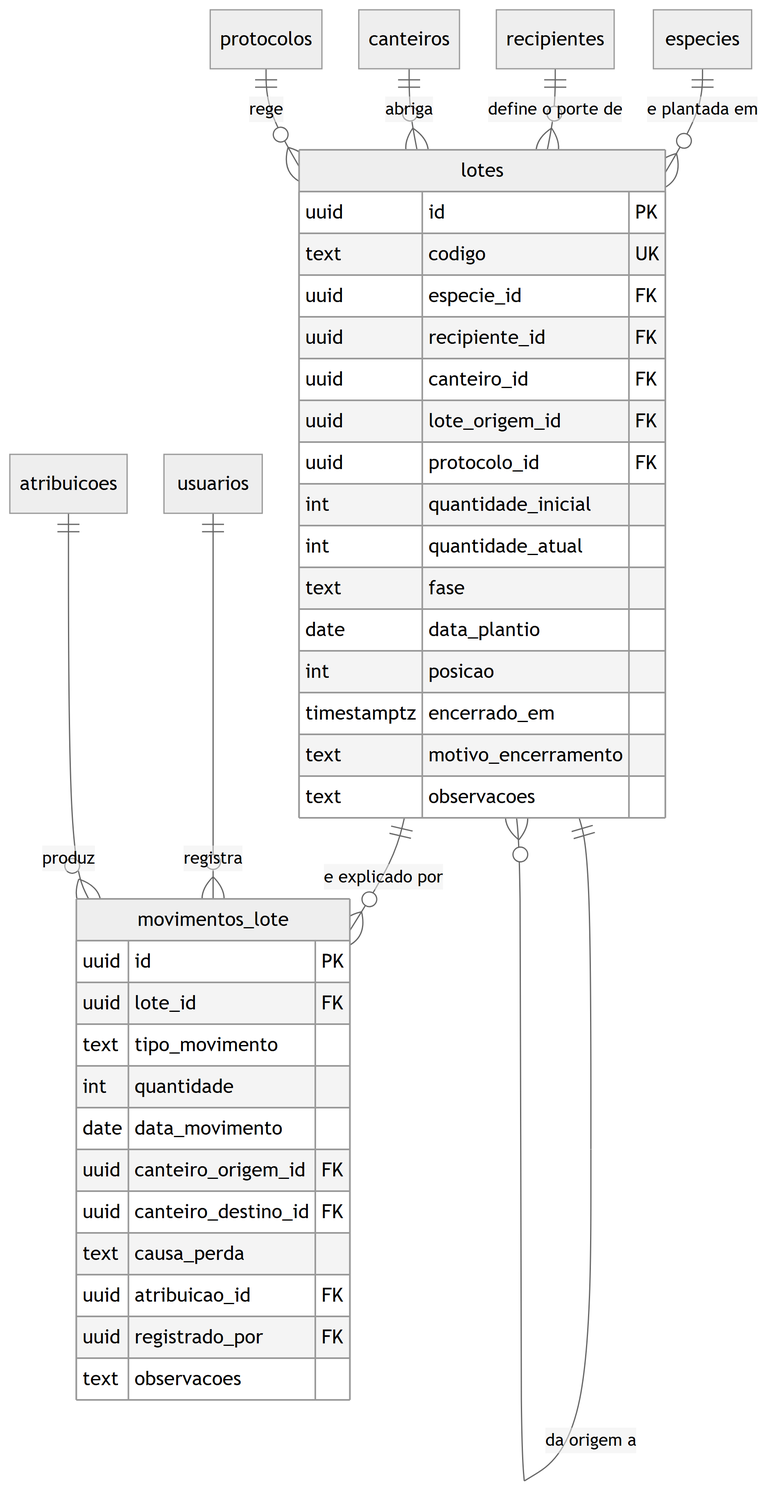
JoaoMudar/tcc keeps this Mermaid diagram as docs/engenharia/modelo-dados-pt/img/fig15-producao-lote.png. Above is the earlier version. Its source is kept beside it as docs/engenharia/modelo-dados-pt/mmd/fig15-producao-lote.mmd.
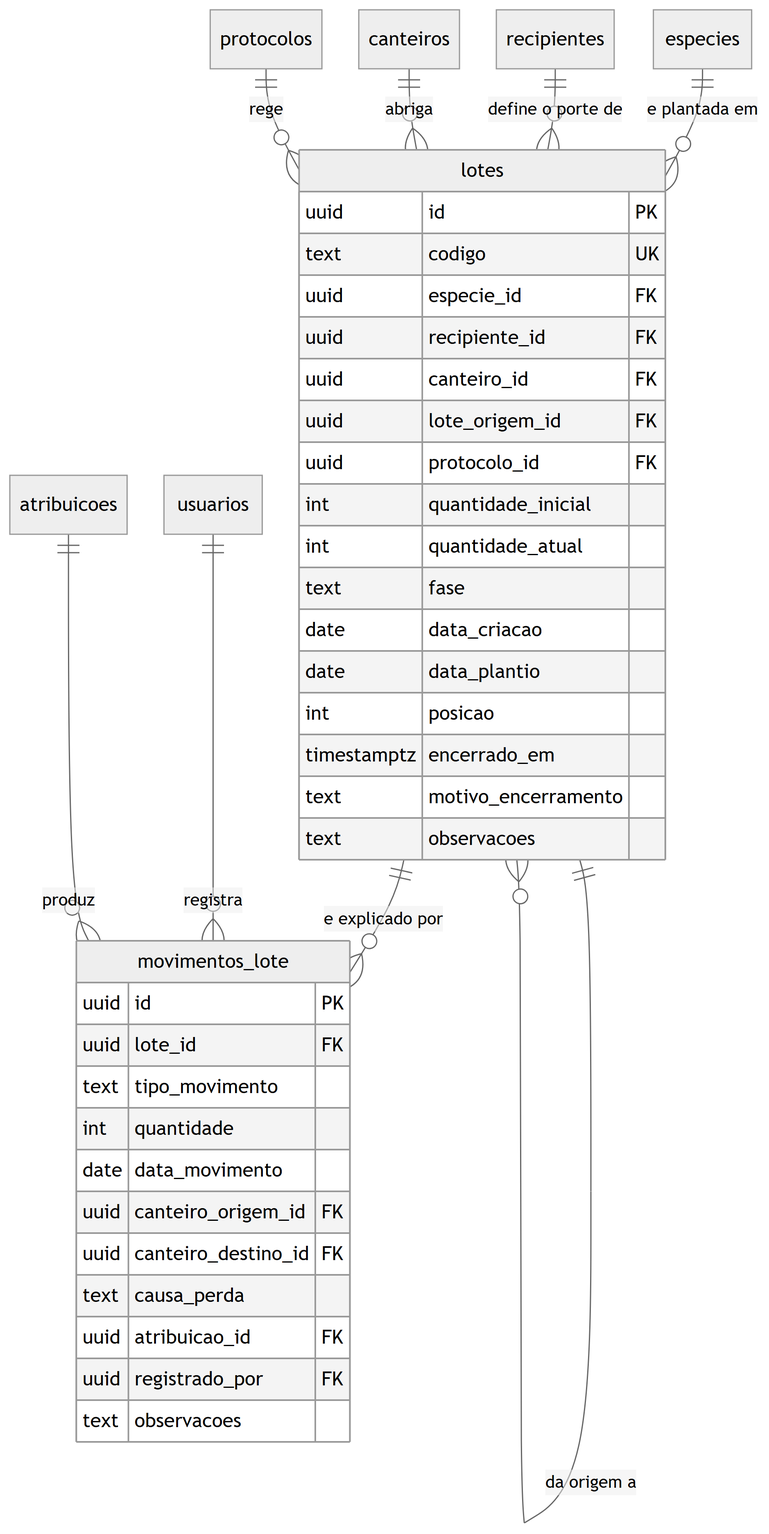
After the change.

The edit, as a diff of the source:
```diff
@@ -10,6 +10,7 @@
     int         quantidade_inicial
     int         quantidade_atual
     text        fase
+    date        data_criacao
     date        data_plantio
     int         posicao
     timestamptz encerrado_em
```
